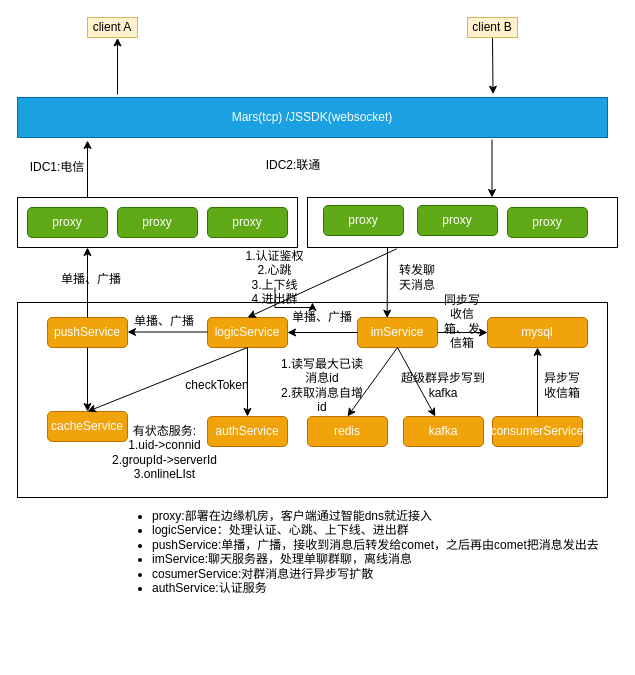
Before: arch/goim/goim.drawio in zhangchuhu/drawio, a draw.io diagram. Source tidied: cells renumbered, new cells numbered last; positions are measured from the earlier drawing's top-left corner, leaving out a move shared by most shapes. Both pictures are drawn from the tidied source at 100%, with x=0, y=0 at pixel (17, 17).
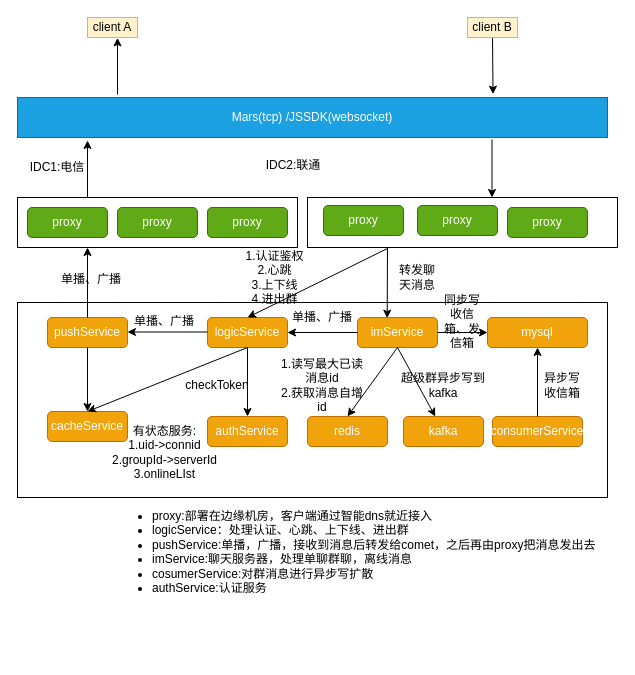
After the change.

The change refers to these unchanged cells:
```xml
<mxCell id="2" style="rounded=0;whiteSpace=wrap;html=1;" parent="1" vertex="1">
  <mxGeometry y="285" width="590" height="195" as="geometry" />
</mxCell>
<mxCell id="8" style="rounded=0;whiteSpace=wrap;html=1;" parent="1" vertex="1">
  <mxGeometry x="290" y="180" width="310" height="50" as="geometry" />
</mxCell>
<mxCell id="12" value="logicService" style="rounded=1;whiteSpace=wrap;html=1;fillColor=#f0a30a;strokeColor=#BD7000;fontColor=#ffffff;" parent="1" vertex="1">
  <mxGeometry x="190" y="300" width="80" height="30" as="geometry" />
</mxCell>
<mxCell id="18" value="1.认证鉴权&lt;br&gt;2.心跳&lt;br&gt;3.上下线&lt;br&gt;4.进出群" style="text;html=1;strokeColor=none;fillColor=none;align=center;verticalAlign=middle;whiteSpace=wrap;rounded=0;" parent="1" vertex="1">
  <mxGeometry x="189" y="250" width="137" height="20" as="geometry" />
</mxCell>
```

Change to the diagram source:
```diff
@@
-    <mxCell id="15" style="endArrow=classic;html=1;entryX=0.5;entryY=0;entryDx=0;entryDy=0;exitX=0.288;exitY=1.027;exitDx=0;exitDy=0;exitPerimeter=0;" parent="1" edge="1" source="8" target="12">
-      <mxGeometry relative="1" as="geometry" />
+    <mxCell id="15" style="endArrow=classic;html=1;entryX=0.5;entryY=0;entryDx=0;entryDy=0;" parent="1" edge="1" target="12">
+      <mxGeometry relative="1" as="geometry">
+        <mxPoint x="370" y="231" as="sourcePoint" />
+      </mxGeometry>
     </mxCell>
@@
-    <mxCell id="17" style="edgeStyle=orthogonalEdgeStyle;rounded=0;jettySize=auto;html=1;" parent="1" edge="1" source="18" target="2">
-      <mxGeometry relative="1" as="geometry" />
-    </mxCell>
@@
-    <mxCell id="54" value="&lt;div style=&quot;text-align: justify&quot;&gt;&lt;ul&gt;&lt;li&gt;&lt;span style=&quot;font-weight: normal&quot;&gt;&lt;font style=&quot;font-size: 12px&quot;&gt;proxy:部署在边缘机房，客户端通过智能dns就近接入&lt;/font&gt;&lt;/span&gt;&lt;/li&gt;&lt;li&gt;&lt;span&gt;logicService：处理认证、心跳、上下线、进出群&lt;/span&gt;&lt;/li&gt;&lt;li&gt;&lt;span&gt;pushService:单播，广播，接收到消息后转发给comet，之后再由comet把消息发出去&lt;/span&gt;&lt;/li&gt;&lt;li&gt;imService:聊天服务器，处理单聊群聊，离线消息&lt;/li&gt;&lt;li&gt;cosumerService:对群消息进行异步写扩散&lt;/li&gt;&lt;li&gt;&lt;span&gt;authService:认证服务&lt;/span&gt;&lt;/li&gt;&lt;/ul&gt;&lt;/div&gt;&lt;div style=&quot;text-align: justify&quot;&gt;&lt;span style=&quot;font-weight: normal&quot;&gt;&lt;font style=&quot;font-size: 12px&quot;&gt;&lt;br&gt;&lt;/font&gt;&lt;/span&gt;&lt;/div&gt;" style="text;html=1;strokeColor=none;fillColor=none;spacing=5;spacingTop=-20;whiteSpace=wrap;overflow=hidden;rounded=0;" parent="1" vertex="1">
+    <mxCell id="54" value="&lt;div style=&quot;text-align: justify&quot;&gt;&lt;ul&gt;&lt;li&gt;&lt;span style=&quot;font-weight: normal&quot;&gt;&lt;font style=&quot;font-size: 12px&quot;&gt;proxy:部署在边缘机房，客户端通过智能dns就近接入&lt;/font&gt;&lt;/span&gt;&lt;/li&gt;&lt;li&gt;&lt;span&gt;logicService：处理认证、心跳、上下线、进出群&lt;/span&gt;&lt;/li&gt;&lt;li&gt;&lt;span&gt;pushService:单播，广播，接收到消息后转发给comet，之后再由proxy把消息发出去&lt;/span&gt;&lt;/li&gt;&lt;li&gt;imService:聊天服务器，处理单聊群聊，离线消息&lt;/li&gt;&lt;li&gt;cosumerService:对群消息进行异步写扩散&lt;/li&gt;&lt;li&gt;&lt;span&gt;authService:认证服务&lt;/span&gt;&lt;/li&gt;&lt;/ul&gt;&lt;/div&gt;&lt;div style=&quot;text-align: justify&quot;&gt;&lt;span style=&quot;font-weight: normal&quot;&gt;&lt;font style=&quot;font-size: 12px&quot;&gt;&lt;br&gt;&lt;/font&gt;&lt;/span&gt;&lt;/div&gt;" style="text;html=1;strokeColor=none;fillColor=none;spacing=5;spacingTop=-20;whiteSpace=wrap;overflow=hidden;rounded=0;" parent="1" vertex="1">
       <mxGeometry x="90" y="490" width="500" height="150" as="geometry" />
     </mxCell>
```
